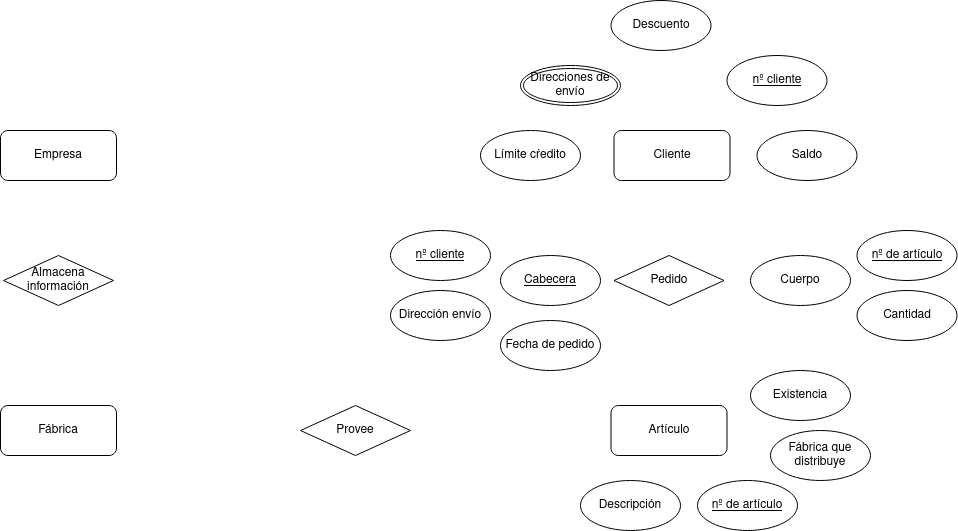
Earlier version of the draw.io export Unidad-1/Tareas/Tarea-1/Ejercicio3.drawio.png (LuisMGlez/base-datos). Source tidied: cells renumbered, new cells last; positions are measured from the earlier drawing's top-left corner, leaving out a move shared by most shapes.
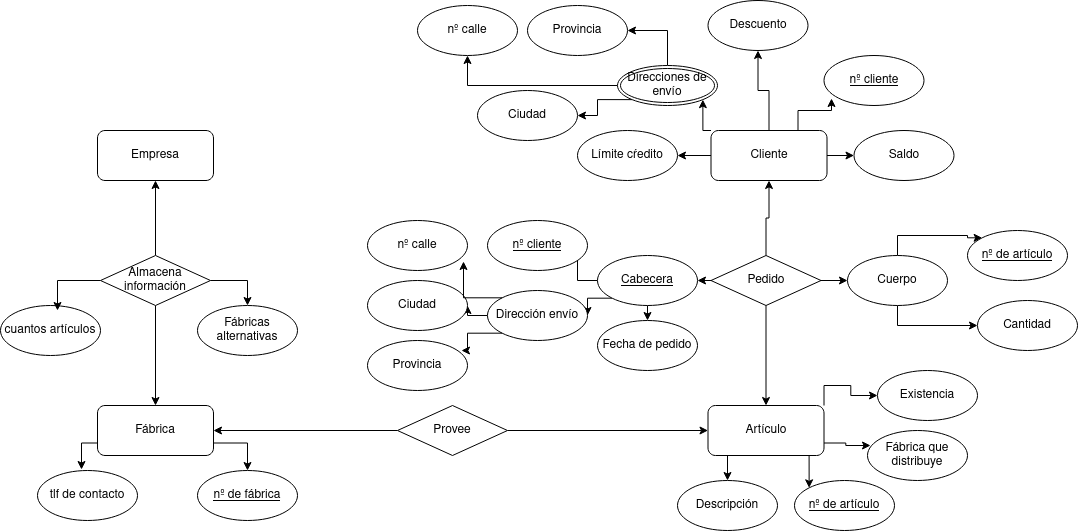
After the commit.

Change to the diagram source:
```diff
@@ -2,30 +2,96 @@
   <root>
     <mxCell id="0" />
     <mxCell id="1" parent="0" />
+    <mxCell id="25" style="edgeStyle=orthogonalEdgeStyle;rounded=0;jettySize=auto;html=1;exitX=0;exitY=0.5;exitDx=0;exitDy=0;entryX=1;entryY=0.5;entryDx=0;entryDy=0;" parent="1" edge="1" source="2" target="16">
+      <mxGeometry relative="1" as="geometry" />
+    </mxCell>
+    <mxCell id="26" style="edgeStyle=orthogonalEdgeStyle;rounded=0;jettySize=auto;html=1;exitX=0;exitY=0;exitDx=0;exitDy=0;entryX=1;entryY=1;entryDx=0;entryDy=0;" parent="1" edge="1" source="2" target="19">
+      <mxGeometry relative="1" as="geometry" />
+    </mxCell>
+    <mxCell id="27" style="edgeStyle=orthogonalEdgeStyle;rounded=0;jettySize=auto;html=1;exitX=1;exitY=0.5;exitDx=0;exitDy=0;entryX=0;entryY=0.5;entryDx=0;entryDy=0;" parent="1" edge="1" source="2" target="17">
+      <mxGeometry relative="1" as="geometry" />
+    </mxCell>
+    <mxCell id="28" style="edgeStyle=orthogonalEdgeStyle;rounded=0;jettySize=auto;html=1;exitX=0.5;exitY=0;exitDx=0;exitDy=0;entryX=0.5;entryY=1;entryDx=0;entryDy=0;" parent="1" edge="1" source="2" target="15">
+      <mxGeometry relative="1" as="geometry" />
+    </mxCell>
     <mxCell id="2" value="Cliente" style="rounded=1;whiteSpace=wrap;html=1;" parent="1" vertex="1">
       <mxGeometry x="613.5" y="130" width="116" height="50" as="geometry" />
     </mxCell>
+    <mxCell id="29" style="edgeStyle=orthogonalEdgeStyle;rounded=0;jettySize=auto;html=1;exitX=0.25;exitY=1;exitDx=0;exitDy=0;entryX=0.5;entryY=0;entryDx=0;entryDy=0;" parent="1" edge="1" source="3" target="11">
+      <mxGeometry relative="1" as="geometry" />
+    </mxCell>
+    <mxCell id="30" style="edgeStyle=orthogonalEdgeStyle;rounded=0;jettySize=auto;html=1;exitX=0.75;exitY=1;exitDx=0;exitDy=0;entryX=0;entryY=0;entryDx=0;entryDy=0;" parent="1" edge="1" source="3" target="14">
+      <mxGeometry relative="1" as="geometry" />
+    </mxCell>
+    <mxCell id="31" style="edgeStyle=orthogonalEdgeStyle;rounded=0;jettySize=auto;html=1;exitX=1;exitY=0;exitDx=0;exitDy=0;entryX=0;entryY=0.5;entryDx=0;entryDy=0;" parent="1" edge="1" source="3" target="12">
+      <mxGeometry relative="1" as="geometry" />
+    </mxCell>
     <mxCell id="3" value="Artículo" style="rounded=1;whiteSpace=wrap;html=1;" parent="1" vertex="1">
       <mxGeometry x="610.5" y="405" width="116" height="50" as="geometry" />
     </mxCell>
     <mxCell id="4" value="Empresa" style="rounded=1;whiteSpace=wrap;html=1;" parent="1" vertex="1">
       <mxGeometry y="130" width="116" height="50" as="geometry" />
     </mxCell>
+    <mxCell id="32" style="edgeStyle=orthogonalEdgeStyle;rounded=0;jettySize=auto;html=1;exitX=1;exitY=0.75;exitDx=0;exitDy=0;entryX=0.5;entryY=0;entryDx=0;entryDy=0;" parent="1" edge="1" source="5" target="64">
+      <mxGeometry relative="1" as="geometry" />
+    </mxCell>
     <mxCell id="5" value="Fábrica" style="rounded=1;whiteSpace=wrap;html=1;" parent="1" vertex="1">
       <mxGeometry y="405" width="116" height="50" as="geometry" />
     </mxCell>
+    <mxCell id="33" style="edgeStyle=orthogonalEdgeStyle;rounded=0;jettySize=auto;html=1;exitX=1;exitY=0.5;exitDx=0;exitDy=0;" parent="1" edge="1" source="6" target="3">
+      <mxGeometry relative="1" as="geometry" />
+    </mxCell>
+    <mxCell id="34" style="edgeStyle=orthogonalEdgeStyle;rounded=0;jettySize=auto;html=1;exitX=0;exitY=0.5;exitDx=0;exitDy=0;entryX=1;entryY=0.5;entryDx=0;entryDy=0;" parent="1" edge="1" source="6" target="5">
+      <mxGeometry relative="1" as="geometry" />
+    </mxCell>
     <mxCell id="6" value="Provee" style="rhombus;whiteSpace=wrap;html=1;" parent="1" vertex="1">
       <mxGeometry x="300" y="405" width="110" height="50" as="geometry" />
     </mxCell>
+    <mxCell id="35" style="edgeStyle=orthogonalEdgeStyle;rounded=0;jettySize=auto;html=1;exitX=0;exitY=0.5;exitDx=0;exitDy=0;entryX=1;entryY=0.5;entryDx=0;entryDy=0;" parent="1" edge="1" source="7" target="10">
+      <mxGeometry relative="1" as="geometry" />
+    </mxCell>
+    <mxCell id="36" style="edgeStyle=orthogonalEdgeStyle;rounded=0;jettySize=auto;html=1;exitX=1;exitY=0.5;exitDx=0;exitDy=0;entryX=0;entryY=0.5;entryDx=0;entryDy=0;" parent="1" edge="1" source="7" target="9">
+      <mxGeometry relative="1" as="geometry" />
+    </mxCell>
+    <mxCell id="37" style="edgeStyle=orthogonalEdgeStyle;rounded=0;jettySize=auto;html=1;exitX=0.5;exitY=0;exitDx=0;exitDy=0;entryX=0.5;entryY=1;entryDx=0;entryDy=0;" parent="1" edge="1" source="7" target="2">
+      <mxGeometry relative="1" as="geometry" />
+    </mxCell>
+    <mxCell id="38" style="edgeStyle=orthogonalEdgeStyle;rounded=0;jettySize=auto;html=1;exitX=0.5;exitY=1;exitDx=0;exitDy=0;entryX=0.5;entryY=0;entryDx=0;entryDy=0;" parent="1" edge="1" source="7" target="3">
+      <mxGeometry relative="1" as="geometry" />
+    </mxCell>
     <mxCell id="7" value="Pedido" style="rhombus;whiteSpace=wrap;html=1;" parent="1" vertex="1">
       <mxGeometry x="613.5" y="255" width="110" height="50" as="geometry" />
     </mxCell>
+    <mxCell id="39" style="edgeStyle=orthogonalEdgeStyle;rounded=0;jettySize=auto;html=1;exitX=1;exitY=0.5;exitDx=0;exitDy=0;" parent="1" edge="1" source="8" target="61">
+      <mxGeometry relative="1" as="geometry" />
+    </mxCell>
+    <mxCell id="40" style="edgeStyle=orthogonalEdgeStyle;rounded=0;jettySize=auto;html=1;exitX=0.5;exitY=1;exitDx=0;exitDy=0;entryX=0.5;entryY=0;entryDx=0;entryDy=0;" parent="1" edge="1" source="8" target="5">
+      <mxGeometry relative="1" as="geometry" />
+    </mxCell>
+    <mxCell id="41" style="edgeStyle=orthogonalEdgeStyle;rounded=0;jettySize=auto;html=1;exitX=0.5;exitY=0;exitDx=0;exitDy=0;entryX=0.5;entryY=1;entryDx=0;entryDy=0;" parent="1" edge="1" source="8" target="4">
+      <mxGeometry relative="1" as="geometry" />
+    </mxCell>
     <mxCell id="8" value="Almacena información" style="rhombus;whiteSpace=wrap;html=1;" parent="1" vertex="1">
       <mxGeometry x="3" y="255" width="110" height="50" as="geometry" />
     </mxCell>
+    <mxCell id="42" style="edgeStyle=orthogonalEdgeStyle;rounded=0;jettySize=auto;html=1;exitX=0.5;exitY=0;exitDx=0;exitDy=0;entryX=0;entryY=0;entryDx=0;entryDy=0;" parent="1" edge="1" source="9" target="23">
+      <mxGeometry relative="1" as="geometry" />
+    </mxCell>
+    <mxCell id="43" style="edgeStyle=orthogonalEdgeStyle;rounded=0;jettySize=auto;html=1;exitX=0.5;exitY=1;exitDx=0;exitDy=0;entryX=0;entryY=0.5;entryDx=0;entryDy=0;" parent="1" edge="1" source="9" target="24">
+      <mxGeometry relative="1" as="geometry" />
+    </mxCell>
     <mxCell id="9" value="Cuerpo" style="ellipse;whiteSpace=wrap;html=1;" parent="1" vertex="1">
       <mxGeometry x="750" y="255" width="100" height="50" as="geometry" />
     </mxCell>
+    <mxCell id="44" style="edgeStyle=orthogonalEdgeStyle;rounded=0;jettySize=auto;html=1;exitX=0;exitY=0.5;exitDx=0;exitDy=0;" parent="1" edge="1" source="10" target="20">
+      <mxGeometry relative="1" as="geometry" />
+    </mxCell>
+    <mxCell id="45" style="edgeStyle=orthogonalEdgeStyle;rounded=0;jettySize=auto;html=1;exitX=0;exitY=1;exitDx=0;exitDy=0;entryX=1;entryY=0.5;entryDx=0;entryDy=0;" parent="1" edge="1" source="10" target="21">
+      <mxGeometry relative="1" as="geometry" />
+    </mxCell>
+    <mxCell id="46" style="edgeStyle=orthogonalEdgeStyle;rounded=0;jettySize=auto;html=1;exitX=0.5;exitY=1;exitDx=0;exitDy=0;entryX=0.5;entryY=0;entryDx=0;entryDy=0;" parent="1" edge="1" source="10" target="22">
+      <mxGeometry relative="1" as="geometry" />
+    </mxCell>
     <mxCell id="10" value="&lt;u&gt;Cabecera&lt;/u&gt;" style="ellipse;whiteSpace=wrap;html=1;" parent="1" vertex="1">
       <mxGeometry x="500" y="255" width="100" height="50" as="geometry" />
     </mxCell>
@@ -33,7 +99,7 @@
       <mxGeometry x="580" y="480" width="100" height="50" as="geometry" />
     </mxCell>
     <mxCell id="12" value="Existencia" style="ellipse;whiteSpace=wrap;html=1;" parent="1" vertex="1">
-      <mxGeometry x="750" y="370" width="100" height="50" as="geometry" />
+      <mxGeometry x="780" y="370" width="100" height="50" as="geometry" />
     </mxCell>
     <mxCell id="13" value="Fábrica que distribuye" style="ellipse;whiteSpace=wrap;html=1;" parent="1" vertex="1">
       <mxGeometry x="770" y="430" width="100" height="50" as="geometry" />
@@ -53,12 +119,24 @@
     <mxCell id="18" value="&lt;u&gt;nº cliente&lt;br&gt;&lt;/u&gt;" style="ellipse;whiteSpace=wrap;html=1;" parent="1" vertex="1">
       <mxGeometry x="726.5" y="55" width="100" height="50" as="geometry" />
     </mxCell>
+    <mxCell id="47" style="edgeStyle=orthogonalEdgeStyle;rounded=0;jettySize=auto;html=1;exitX=0.5;exitY=0;exitDx=0;exitDy=0;entryX=1;entryY=0.5;entryDx=0;entryDy=0;" parent="1" edge="1" source="19" target="53">
+      <mxGeometry relative="1" as="geometry" />
+    </mxCell>
+    <mxCell id="48" style="edgeStyle=orthogonalEdgeStyle;rounded=0;jettySize=auto;html=1;exitX=0;exitY=0.5;exitDx=0;exitDy=0;" parent="1" edge="1" source="19" target="51">
+      <mxGeometry relative="1" as="geometry" />
+    </mxCell>
+    <mxCell id="49" style="edgeStyle=orthogonalEdgeStyle;rounded=0;jettySize=auto;html=1;exitX=0;exitY=1;exitDx=0;exitDy=0;" parent="1" edge="1" source="19" target="52">
+      <mxGeometry relative="1" as="geometry" />
+    </mxCell>
     <mxCell id="19" value="Direcciones de envío" style="ellipse;shape=doubleEllipse;margin=3;whiteSpace=wrap;html=1;align=center;" parent="1" vertex="1">
       <mxGeometry x="520" y="65" width="100" height="40" as="geometry" />
     </mxCell>
     <mxCell id="20" value="&lt;u&gt;nº cliente&lt;br&gt;&lt;/u&gt;" style="ellipse;whiteSpace=wrap;html=1;" parent="1" vertex="1">
-      <mxGeometry x="390" y="230" width="100" height="50" as="geometry" />
+      <mxGeometry x="390" y="220" width="100" height="50" as="geometry" />
     </mxCell>
+    <mxCell id="50" style="edgeStyle=orthogonalEdgeStyle;rounded=0;jettySize=auto;html=1;exitX=0;exitY=0.5;exitDx=0;exitDy=0;entryX=1;entryY=0.5;entryDx=0;entryDy=0;" parent="1" edge="1" source="21" target="55">
+      <mxGeometry relative="1" as="geometry" />
+    </mxCell>
     <mxCell id="21" value="Dirección envío" style="ellipse;whiteSpace=wrap;html=1;" parent="1" vertex="1">
       <mxGeometry x="390" y="290" width="100" height="50" as="geometry" />
     </mxCell>
@@ -66,10 +144,58 @@
       <mxGeometry x="500" y="320" width="100" height="50" as="geometry" />
     </mxCell>
     <mxCell id="23" value="&lt;u&gt;nº de artículo&lt;br&gt;&lt;/u&gt;" style="ellipse;whiteSpace=wrap;html=1;" parent="1" vertex="1">
-      <mxGeometry x="856.5" y="230" width="100" height="50" as="geometry" />
+      <mxGeometry x="870" y="230" width="100" height="50" as="geometry" />
     </mxCell>
     <mxCell id="24" value="Cantidad" style="ellipse;whiteSpace=wrap;html=1;" parent="1" vertex="1">
-      <mxGeometry x="856.5" y="290" width="100" height="50" as="geometry" />
+      <mxGeometry x="880" y="300" width="100" height="50" as="geometry" />
     </mxCell>
+    <mxCell id="51" value="nº calle" style="ellipse;whiteSpace=wrap;html=1;" parent="1" vertex="1">
+      <mxGeometry x="320" y="5" width="100" height="50" as="geometry" />
+    </mxCell>
+    <mxCell id="52" value="Ciudad" style="ellipse;whiteSpace=wrap;html=1;" parent="1" vertex="1">
+      <mxGeometry x="380" y="90" width="100" height="50" as="geometry" />
+    </mxCell>
+    <mxCell id="53" value="Provincia" style="ellipse;whiteSpace=wrap;html=1;" parent="1" vertex="1">
+      <mxGeometry x="430" y="5" width="100" height="50" as="geometry" />
+    </mxCell>
+    <mxCell id="54" value="nº calle" style="ellipse;whiteSpace=wrap;html=1;" parent="1" vertex="1">
+      <mxGeometry x="270" y="220" width="100" height="50" as="geometry" />
+    </mxCell>
+    <mxCell id="55" value="Ciudad" style="ellipse;whiteSpace=wrap;html=1;" parent="1" vertex="1">
+      <mxGeometry x="270" y="280" width="100" height="50" as="geometry" />
+    </mxCell>
+    <mxCell id="56" value="Provincia" style="ellipse;whiteSpace=wrap;html=1;" parent="1" vertex="1">
+      <mxGeometry x="270" y="340" width="100" height="50" as="geometry" />
+    </mxCell>
+    <mxCell id="57" style="edgeStyle=orthogonalEdgeStyle;rounded=0;jettySize=auto;html=1;exitX=0;exitY=0;exitDx=0;exitDy=0;entryX=0.96;entryY=0.82;entryDx=0;entryDy=0;entryPerimeter=0;" parent="1" edge="1" source="21" target="54">
+      <mxGeometry relative="1" as="geometry" />
+    </mxCell>
+    <mxCell id="58" style="edgeStyle=orthogonalEdgeStyle;rounded=0;jettySize=auto;html=1;exitX=0;exitY=1;exitDx=0;exitDy=0;entryX=0.94;entryY=0.2;entryDx=0;entryDy=0;entryPerimeter=0;" parent="1" edge="1" source="21" target="56">
+      <mxGeometry relative="1" as="geometry" />
+    </mxCell>
+    <mxCell id="59" style="edgeStyle=orthogonalEdgeStyle;rounded=0;jettySize=auto;html=1;exitX=0.75;exitY=0;exitDx=0;exitDy=0;entryX=0.075;entryY=0.86;entryDx=0;entryDy=0;entryPerimeter=0;" parent="1" edge="1" source="2" target="18">
+      <mxGeometry relative="1" as="geometry" />
+    </mxCell>
+    <mxCell id="60" style="edgeStyle=orthogonalEdgeStyle;rounded=0;jettySize=auto;html=1;exitX=1;exitY=0.75;exitDx=0;exitDy=0;entryX=0.03;entryY=0.3;entryDx=0;entryDy=0;entryPerimeter=0;" parent="1" edge="1" source="3" target="13">
+      <mxGeometry relative="1" as="geometry" />
+    </mxCell>
+    <mxCell id="61" value="Fábricas alternativas" style="ellipse;whiteSpace=wrap;html=1;" parent="1" vertex="1">
+      <mxGeometry x="100" y="305" width="100" height="50" as="geometry" />
+    </mxCell>
+    <mxCell id="62" value="cuantos artículos" style="ellipse;whiteSpace=wrap;html=1;" parent="1" vertex="1">
+      <mxGeometry x="-97" y="305" width="100" height="50" as="geometry" />
+    </mxCell>
+    <mxCell id="63" value="tlf de contacto" style="ellipse;whiteSpace=wrap;html=1;" parent="1" vertex="1">
+      <mxGeometry x="-60" y="470" width="100" height="50" as="geometry" />
+    </mxCell>
+    <mxCell id="64" value="&lt;u&gt;nº de fábrica&lt;br&gt;&lt;/u&gt;" style="ellipse;whiteSpace=wrap;html=1;" parent="1" vertex="1">
+      <mxGeometry x="100" y="470" width="100" height="50" as="geometry" />
+    </mxCell>
+    <mxCell id="65" style="edgeStyle=orthogonalEdgeStyle;rounded=0;jettySize=auto;html=1;exitX=0;exitY=0.75;exitDx=0;exitDy=0;entryX=0.44;entryY=-0.02;entryDx=0;entryDy=0;entryPerimeter=0;" parent="1" edge="1" source="5" target="63">
+      <mxGeometry relative="1" as="geometry" />
+    </mxCell>
+    <mxCell id="66" style="edgeStyle=orthogonalEdgeStyle;rounded=0;jettySize=auto;html=1;exitX=0;exitY=0.5;exitDx=0;exitDy=0;entryX=0.57;entryY=0.1;entryDx=0;entryDy=0;entryPerimeter=0;" parent="1" edge="1" source="8" target="62">
+      <mxGeometry relative="1" as="geometry" />
+    </mxCell>
   </root>
 </mxGraphModel>
```
